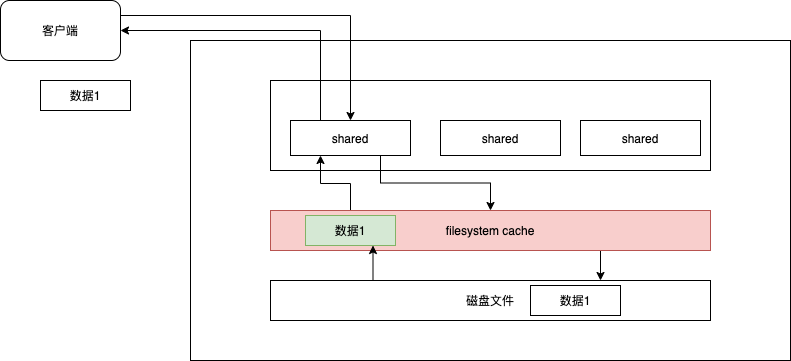
This is es/filesystem-cache.png from sivanbil/architecthure-diagram, a draw.io export, as it was before one commit. Source tidied: cells renumbered, new cells last; positions are measured from the earlier drawing's top-left corner, leaving out a move shared by most shapes.
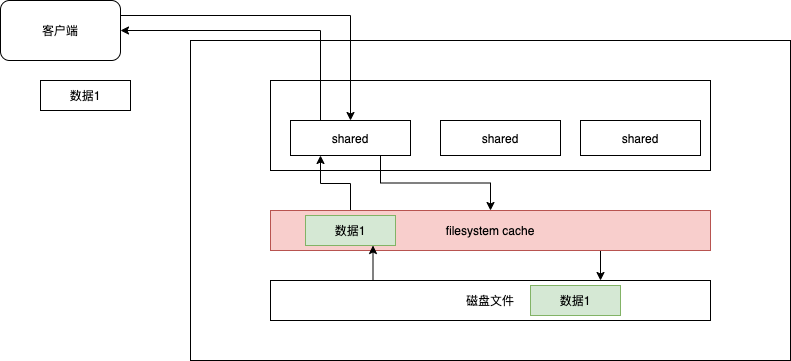
The same diagram one commit later.

The edit, as a diff of the source:
```diff
@@ -53,7 +53,7 @@
     <mxCell id="16" value="数据1" style="rounded=0;whiteSpace=wrap;html=1;" parent="1" vertex="1">
       <mxGeometry x="40" y="80" width="90" height="30" as="geometry" />
     </mxCell>
-    <mxCell id="17" value="数据1" style="rounded=0;whiteSpace=wrap;html=1;" parent="1" vertex="1">
+    <mxCell id="17" value="数据1" style="rounded=0;whiteSpace=wrap;html=1;fillColor=#d5e8d4;strokeColor=#82b366;" parent="1" vertex="1">
       <mxGeometry x="530" y="285" width="90" height="30" as="geometry" />
     </mxCell>
     <mxCell id="18" value="数据1" style="rounded=0;whiteSpace=wrap;html=1;fillColor=#d5e8d4;strokeColor=#82b366;" parent="1" vertex="1">
```
